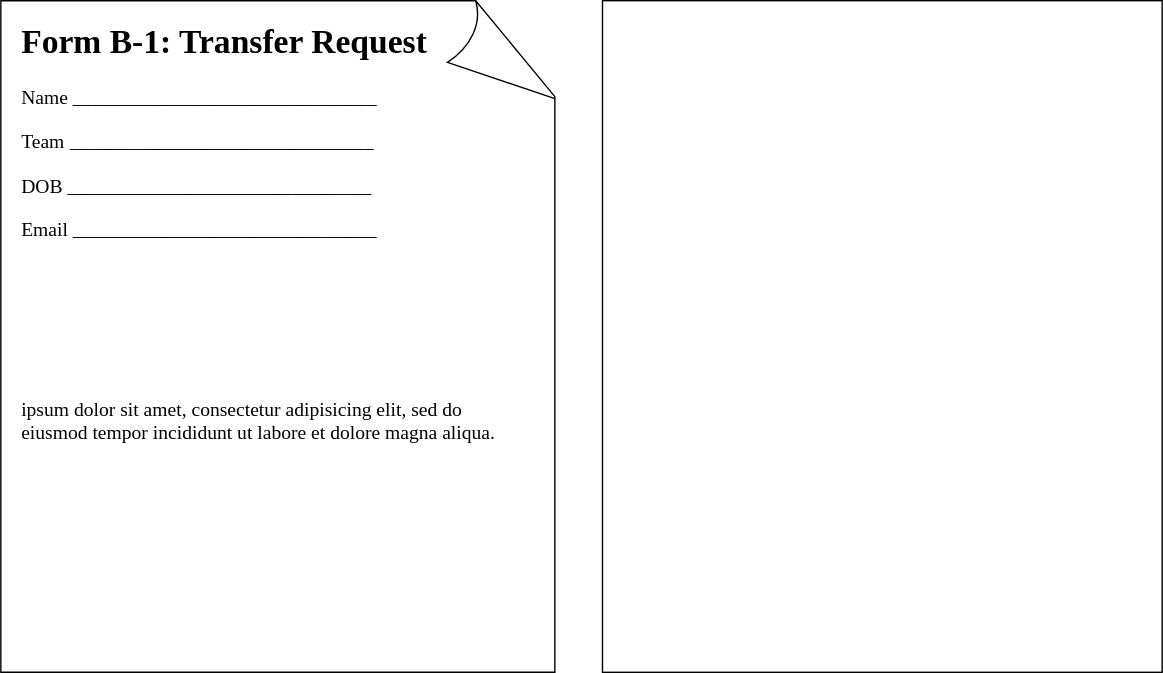
The draw.io diagram assets/Example_form.drawio.svg in libreForms/spec, before a commit. Source tidied: cells renumbered, new cells last; positions are measured from the earlier drawing's top-left corner, leaving out a move shared by most shapes. Source of this version:
```xml
<mxGraphModel>
  <root>
    <mxCell id="0" />
    <mxCell id="1" parent="0" />
    <mxCell id="2" style="rounded=0;whiteSpace=wrap;html=1;fillColor=none;" parent="1" vertex="1">
      <mxGeometry x="430" width="400" height="480" as="geometry" />
    </mxCell>
    <mxCell id="3" style="whiteSpace=wrap;html=1;shape=mxgraph.basic.document;fillColor=none;" parent="1" vertex="1">
      <mxGeometry width="400" height="480" as="geometry" />
    </mxCell>
    <mxCell id="4" value="&lt;h1&gt;&lt;font face=&quot;Times New Roman&quot;&gt;Form B-1: Transfer Request &lt;/font&gt;&lt;br&gt;&lt;/h1&gt;&lt;p style=&quot;font-size: 14px;&quot;&gt;&lt;font style=&quot;font-size: 14px;&quot; face=&quot;Times New Roman&quot;&gt;Name _______________________________&lt;br&gt;&lt;/font&gt;&lt;/p&gt;&lt;p style=&quot;font-size: 14px;&quot;&gt;&lt;font face=&quot;Times New Roman&quot;&gt;Team&lt;/font&gt; &lt;font style=&quot;font-size: 14px;&quot; face=&quot;Times New Roman&quot;&gt;_______________________________&lt;/font&gt;&lt;/p&gt;&lt;p style=&quot;font-size: 14px;&quot;&gt;&lt;font style=&quot;font-size: 14px;&quot; face=&quot;Times New Roman&quot;&gt;DOB &lt;/font&gt;&lt;font style=&quot;font-size: 14px;&quot; face=&quot;Times New Roman&quot;&gt;_______________________________&lt;/font&gt;&lt;/p&gt;&lt;p style=&quot;font-size: 14px;&quot;&gt;&lt;font style=&quot;font-size: 14px;&quot; face=&quot;Times New Roman&quot;&gt;Email &lt;/font&gt;&lt;font style=&quot;font-size: 14px;&quot; face=&quot;Times New Roman&quot;&gt;_______________________________&lt;/font&gt;&lt;/p&gt;&lt;p style=&quot;font-size: 14px;&quot;&gt;&lt;font style=&quot;font-size: 14px;&quot; face=&quot;Times New Roman&quot;&gt;&lt;br&gt;&lt;/font&gt;&lt;/p&gt;&lt;p style=&quot;font-size: 14px;&quot;&gt;&lt;font style=&quot;font-size: 14px;&quot; face=&quot;Times New Roman&quot;&gt;&lt;br&gt;&lt;/font&gt;&lt;/p&gt;&lt;p style=&quot;font-size: 14px;&quot;&gt;&lt;font style=&quot;font-size: 14px;&quot; face=&quot;Times New Roman&quot;&gt;&lt;br&gt;&lt;/font&gt;&lt;/p&gt;&lt;p style=&quot;font-size: 14px;&quot;&gt;&lt;font style=&quot;font-size: 14px;&quot; face=&quot;Times New Roman&quot;&gt;ipsum dolor sit amet, consectetur adipisicing elit, sed do eiusmod tempor incididunt ut labore et dolore magna aliqua.&lt;/font&gt;&lt;/p&gt;" style="text;html=1;strokeColor=none;fillColor=none;spacing=5;spacingTop=-20;whiteSpace=wrap;overflow=hidden;rounded=0;" parent="1" vertex="1">
      <mxGeometry x="10" y="10" width="360" height="470" as="geometry" />
    </mxCell>
  </root>
</mxGraphModel>
```
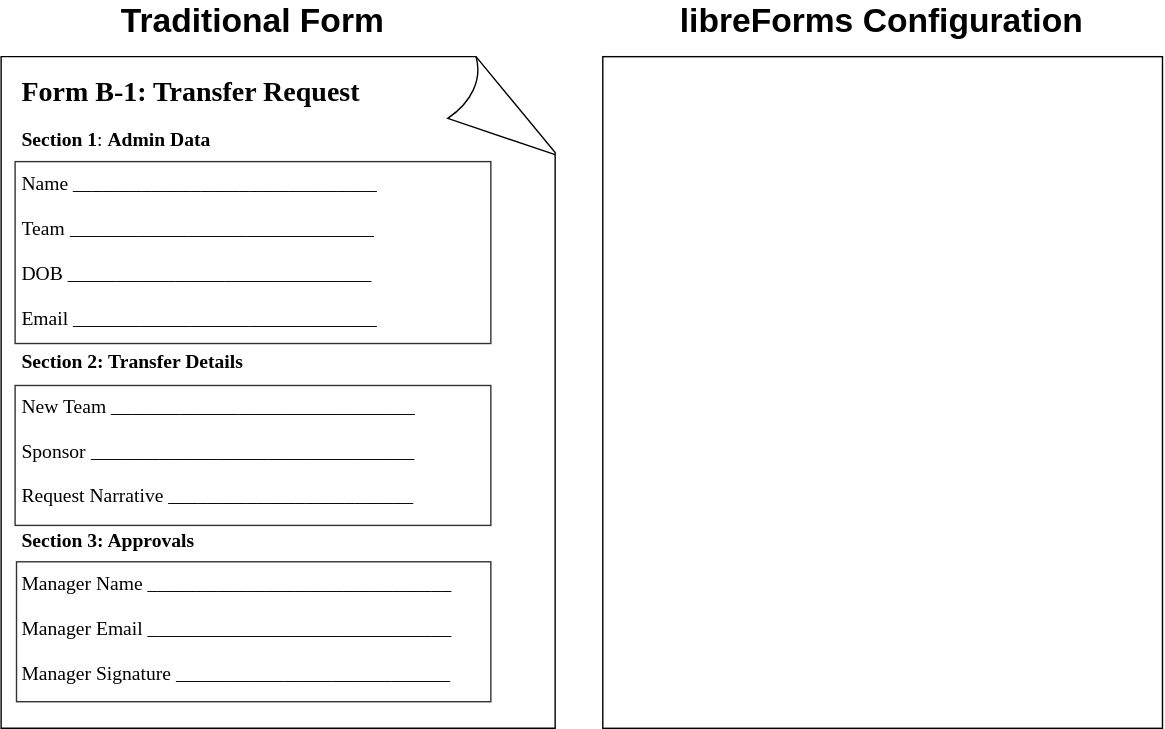
Later version of the same file.

Diff of the diagram source:
```diff
@@ -8,8 +8,23 @@
     <mxCell id="3" style="whiteSpace=wrap;html=1;shape=mxgraph.basic.document;fillColor=none;" parent="1" vertex="1">
       <mxGeometry width="400" height="480" as="geometry" />
     </mxCell>
-    <mxCell id="4" value="&lt;h1&gt;&lt;font face=&quot;Times New Roman&quot;&gt;Form B-1: Transfer Request &lt;/font&gt;&lt;br&gt;&lt;/h1&gt;&lt;p style=&quot;font-size: 14px;&quot;&gt;&lt;font style=&quot;font-size: 14px;&quot; face=&quot;Times New Roman&quot;&gt;Name _______________________________&lt;br&gt;&lt;/font&gt;&lt;/p&gt;&lt;p style=&quot;font-size: 14px;&quot;&gt;&lt;font face=&quot;Times New Roman&quot;&gt;Team&lt;/font&gt; &lt;font style=&quot;font-size: 14px;&quot; face=&quot;Times New Roman&quot;&gt;_______________________________&lt;/font&gt;&lt;/p&gt;&lt;p style=&quot;font-size: 14px;&quot;&gt;&lt;font style=&quot;font-size: 14px;&quot; face=&quot;Times New Roman&quot;&gt;DOB &lt;/font&gt;&lt;font style=&quot;font-size: 14px;&quot; face=&quot;Times New Roman&quot;&gt;_______________________________&lt;/font&gt;&lt;/p&gt;&lt;p style=&quot;font-size: 14px;&quot;&gt;&lt;font style=&quot;font-size: 14px;&quot; face=&quot;Times New Roman&quot;&gt;Email &lt;/font&gt;&lt;font style=&quot;font-size: 14px;&quot; face=&quot;Times New Roman&quot;&gt;_______________________________&lt;/font&gt;&lt;/p&gt;&lt;p style=&quot;font-size: 14px;&quot;&gt;&lt;font style=&quot;font-size: 14px;&quot; face=&quot;Times New Roman&quot;&gt;&lt;br&gt;&lt;/font&gt;&lt;/p&gt;&lt;p style=&quot;font-size: 14px;&quot;&gt;&lt;font style=&quot;font-size: 14px;&quot; face=&quot;Times New Roman&quot;&gt;&lt;br&gt;&lt;/font&gt;&lt;/p&gt;&lt;p style=&quot;font-size: 14px;&quot;&gt;&lt;font style=&quot;font-size: 14px;&quot; face=&quot;Times New Roman&quot;&gt;&lt;br&gt;&lt;/font&gt;&lt;/p&gt;&lt;p style=&quot;font-size: 14px;&quot;&gt;&lt;font style=&quot;font-size: 14px;&quot; face=&quot;Times New Roman&quot;&gt;ipsum dolor sit amet, consectetur adipisicing elit, sed do eiusmod tempor incididunt ut labore et dolore magna aliqua.&lt;/font&gt;&lt;/p&gt;" style="text;html=1;strokeColor=none;fillColor=none;spacing=5;spacingTop=-20;whiteSpace=wrap;overflow=hidden;rounded=0;" parent="1" vertex="1">
+    <mxCell id="4" value="&lt;h1 style=&quot;font-size: 20px;&quot;&gt;&lt;font style=&quot;font-size: 20px;&quot; face=&quot;Times New Roman&quot;&gt;Form B-1: Transfer Request &lt;/font&gt;&lt;br&gt;&lt;/h1&gt;&lt;p style=&quot;font-size: 14px;&quot;&gt;&lt;font style=&quot;font-size: 14px;&quot; face=&quot;Times New Roman&quot;&gt;&lt;b&gt;Section 1&lt;/b&gt;: &lt;b&gt;Admin Data&lt;/b&gt;&lt;br&gt;&lt;/font&gt;&lt;/p&gt;&lt;p style=&quot;font-size: 14px;&quot;&gt;&lt;font style=&quot;font-size: 14px;&quot; face=&quot;Times New Roman&quot;&gt;Name _______________________________&lt;br&gt;&lt;/font&gt;&lt;/p&gt;&lt;p style=&quot;font-size: 14px;&quot;&gt;&lt;font face=&quot;Times New Roman&quot;&gt;Team&lt;/font&gt; &lt;font style=&quot;font-size: 14px;&quot; face=&quot;Times New Roman&quot;&gt;_______________________________&lt;/font&gt;&lt;/p&gt;&lt;p style=&quot;font-size: 14px;&quot;&gt;&lt;font style=&quot;font-size: 14px;&quot; face=&quot;Times New Roman&quot;&gt;DOB &lt;/font&gt;&lt;font style=&quot;font-size: 14px;&quot; face=&quot;Times New Roman&quot;&gt;_______________________________&lt;/font&gt;&lt;/p&gt;&lt;p style=&quot;font-size: 14px;&quot;&gt;&lt;font style=&quot;font-size: 14px;&quot; face=&quot;Times New Roman&quot;&gt;Email &lt;/font&gt;&lt;font style=&quot;font-size: 14px;&quot; face=&quot;Times New Roman&quot;&gt;_______________________________&lt;/font&gt;&lt;/p&gt;&lt;p style=&quot;font-size: 14px;&quot;&gt;&lt;b&gt;&lt;font style=&quot;font-size: 14px;&quot; face=&quot;Times New Roman&quot;&gt;Section 2: Transfer Details&lt;/font&gt;&lt;/b&gt;&lt;/p&gt;&lt;p style=&quot;font-size: 14px;&quot;&gt;&lt;font style=&quot;font-size: 14px;&quot; face=&quot;Times New Roman&quot;&gt;New Team &lt;/font&gt;&lt;font style=&quot;font-size: 14px;&quot; face=&quot;Times New Roman&quot;&gt;&lt;/font&gt;&lt;font style=&quot;font-size: 14px;&quot; face=&quot;Times New Roman&quot;&gt;_______________________________&lt;/font&gt;&lt;/p&gt;&lt;p style=&quot;font-size: 14px;&quot;&gt;&lt;font style=&quot;font-size: 14px;&quot; face=&quot;Times New Roman&quot;&gt;Sponsor&lt;/font&gt; &lt;font style=&quot;font-size: 14px;&quot; face=&quot;Times New Roman&quot;&gt;_________________________________&lt;/font&gt;&lt;/p&gt;&lt;p style=&quot;font-size: 14px;&quot;&gt;&lt;font style=&quot;font-size: 14px;&quot; face=&quot;Times New Roman&quot;&gt;Request Narrative &lt;/font&gt;&lt;font style=&quot;font-size: 14px;&quot; face=&quot;Times New Roman&quot;&gt;_________________________&lt;/font&gt;&lt;/p&gt;&lt;p style=&quot;font-size: 14px;&quot;&gt;&lt;b&gt;&lt;font style=&quot;font-size: 14px;&quot; face=&quot;Times New Roman&quot;&gt;Section 3: Approvals&lt;/font&gt;&lt;/b&gt;&lt;/p&gt;&lt;p style=&quot;font-size: 14px;&quot;&gt;&lt;font style=&quot;font-size: 14px;&quot; face=&quot;Times New Roman&quot;&gt;Manager Name &lt;/font&gt;&lt;font style=&quot;font-size: 14px;&quot; face=&quot;Times New Roman&quot;&gt;_______________________________&lt;/font&gt;&lt;/p&gt;&lt;p style=&quot;font-size: 14px;&quot;&gt;&lt;font style=&quot;font-size: 14px;&quot; face=&quot;Times New Roman&quot;&gt;Manager Email &lt;/font&gt;&lt;font style=&quot;font-size: 14px;&quot; face=&quot;Times New Roman&quot;&gt;_______________________________&lt;/font&gt;&lt;/p&gt;&lt;p style=&quot;font-size: 14px;&quot;&gt;&lt;font style=&quot;font-size: 14px;&quot; face=&quot;Times New Roman&quot;&gt;Manager Signature &lt;/font&gt;&lt;font style=&quot;font-size: 14px;&quot; face=&quot;Times New Roman&quot;&gt;____________________________&lt;/font&gt;&lt;/p&gt;&lt;p style=&quot;font-size: 14px;&quot;&gt;&lt;font style=&quot;font-size: 14px;&quot; face=&quot;Times New Roman&quot;&gt;&lt;br&gt;&lt;/font&gt;&lt;/p&gt;&lt;p style=&quot;font-size: 14px;&quot;&gt;&lt;font style=&quot;font-size: 14px;&quot; face=&quot;Times New Roman&quot;&gt;ipsum dolor sit amet, consectetur adipisicing elit, sed do eiusmod tempor incididunt ut labore et dolore magna aliqua.&lt;/font&gt;&lt;/p&gt;" style="text;html=1;strokeColor=none;fillColor=none;spacing=5;spacingTop=-20;whiteSpace=wrap;overflow=hidden;rounded=0;" parent="1" vertex="1">
       <mxGeometry x="10" y="10" width="360" height="470" as="geometry" />
     </mxCell>
+    <mxCell id="5" style="rounded=0;whiteSpace=wrap;html=1;fontFamily=Times New Roman;fontSize=14;fillColor=none;strokeColor=#333333;" parent="1" vertex="1">
+      <mxGeometry x="10" y="75" width="340" height="130" as="geometry" />
+    </mxCell>
+    <mxCell id="6" style="rounded=0;whiteSpace=wrap;html=1;fontFamily=Times New Roman;fontSize=14;fillColor=none;strokeColor=#333333;" parent="1" vertex="1">
+      <mxGeometry x="10" y="235" width="340" height="100" as="geometry" />
+    </mxCell>
+    <mxCell id="7" value="&lt;font style=&quot;font-size: 24px;&quot; face=&quot;Helvetica&quot;&gt;&lt;b&gt;Traditional Form&lt;/b&gt;&lt;/font&gt;" style="text;html=1;strokeColor=none;fillColor=none;align=center;verticalAlign=middle;whiteSpace=wrap;rounded=0;fontFamily=Times New Roman;fontSize=14;" parent="1" vertex="1">
+      <mxGeometry x="80" y="-40" width="200" height="30" as="geometry" />
+    </mxCell>
+    <mxCell id="8" style="rounded=0;whiteSpace=wrap;html=1;fontFamily=Times New Roman;fontSize=14;fillColor=none;strokeColor=#333333;" parent="1" vertex="1">
+      <mxGeometry x="11" y="361" width="339" height="100" as="geometry" />
+    </mxCell>
+    <mxCell id="9" value="&lt;font style=&quot;font-size: 24px;&quot; face=&quot;Helvetica&quot;&gt;&lt;b&gt;libreForms Configuration&lt;/b&gt;&lt;/font&gt;" style="text;html=1;strokeColor=none;fillColor=none;align=center;verticalAlign=middle;whiteSpace=wrap;rounded=0;fontFamily=Times New Roman;fontSize=14;" parent="1" vertex="1">
+      <mxGeometry x="477.5" y="-40" width="305" height="30" as="geometry" />
+    </mxCell>
   </root>
 </mxGraphModel>
```
